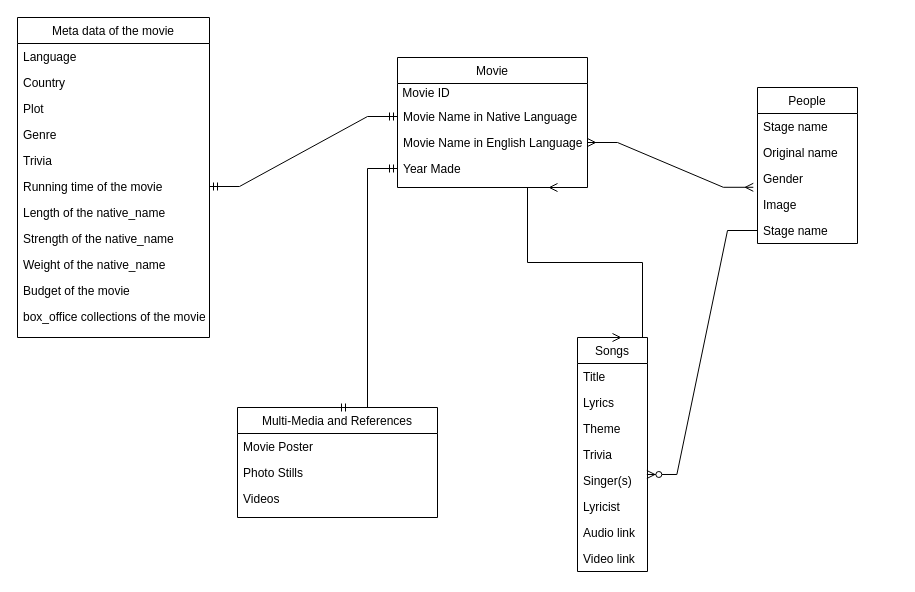
Above: E-R Diagram.drawio in SpiderMan-ParkerTalley/JDBC-Movie-Datebase-Project (draw.io), before the change. Source tidied: cells renumbered, new cells numbered last; positions are measured from the earlier drawing's top-left corner, leaving out a move shared by most shapes. Both pictures are drawn from the tidied source at 100%, with x=0, y=0 at pixel (17, 17).
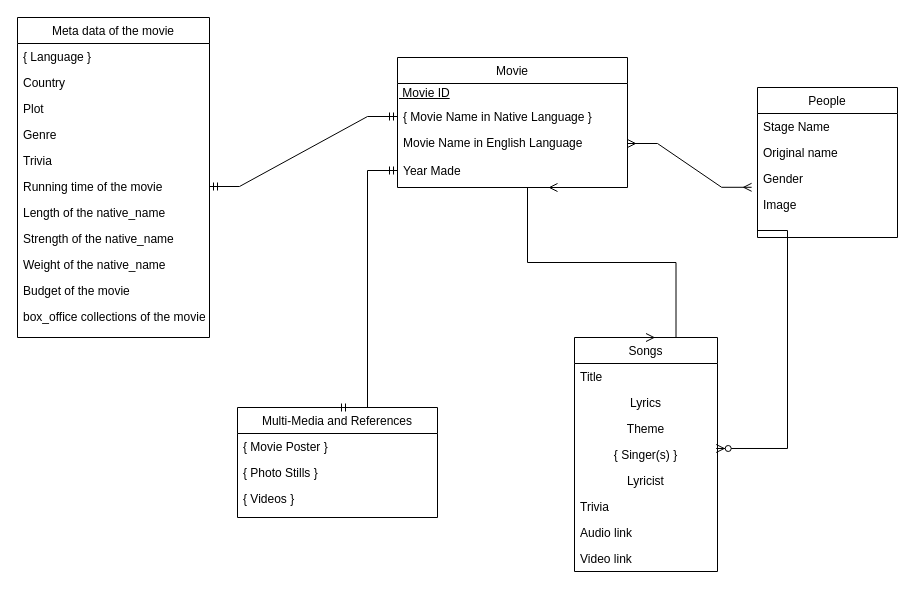
Above is the later version.

The change refers to these unchanged cells:
```xml
<mxCell id="7" value="Multi-Media and References" style="swimlane;fontStyle=0;align=center;verticalAlign=top;horizontal=1;startSize=26;rounded=0;shadow=0;strokeWidth=1;" parent="1" vertex="1">
  <mxGeometry x="220" y="390" width="200" height="110" as="geometry" />
</mxCell>
<mxCell id="17" value="Meta data of the movie" style="swimlane;fontStyle=0;align=center;verticalAlign=top;horizontal=1;startSize=26;rounded=0;shadow=0;strokeWidth=1;" parent="1" vertex="1">
  <mxGeometry width="192" height="320" as="geometry" />
</mxCell>
```

Diff of the diagram source:
```diff
@@
     <mxCell id="2" value="Movie" style="swimlane;fontStyle=0;align=center;verticalAlign=top;horizontal=1;startSize=26;rounded=0;shadow=0;strokeWidth=1;" parent="1" vertex="1">
-      <mxGeometry x="380" y="40" width="190" height="130" as="geometry" />
+      <mxGeometry x="380" y="40" width="230" height="130" as="geometry" />
     </mxCell>
-    <mxCell id="3" value="&amp;nbsp;Movie ID" style="text;html=1;align=left;verticalAlign=middle;strokeColor=none;fillColor=none;" parent="2" vertex="1">
-      <mxGeometry y="26" width="190" height="20" as="geometry" />
+    <mxCell id="3" value="&lt;u&gt;&amp;nbsp;Movie ID&lt;/u&gt;" style="text;html=1;align=left;verticalAlign=middle;strokeColor=none;fillColor=none;" parent="2" vertex="1">
+      <mxGeometry y="26" width="230" height="20" as="geometry" />
     </mxCell>
-    <mxCell id="4" value="Movie Name in Native Language" style="text;align=left;verticalAlign=top;spacingLeft=4;spacingRight=4;overflow=hidden;points=[[0,0.5],[1,0.5]];portConstraint=eastwest;" parent="2" vertex="1">
-      <mxGeometry y="46" width="190" height="26" as="geometry" />
+    <mxCell id="4" value="{ Movie Name in Native Language }" style="text;align=left;verticalAlign=top;spacingLeft=4;spacingRight=4;overflow=hidden;points=[[0,0.5],[1,0.5]];portConstraint=eastwest;" parent="2" vertex="1">
+      <mxGeometry y="46" width="230" height="26" as="geometry" />
     </mxCell>
     <mxCell id="5" value="Movie Name in English Language" style="text;align=left;verticalAlign=top;spacingLeft=4;spacingRight=4;overflow=hidden;points=[[0,0.5],[1,0.5]];portConstraint=eastwest;rounded=0;shadow=0;html=0;" parent="2" vertex="1">
-      <mxGeometry y="72" width="190" height="26" as="geometry" />
+      <mxGeometry y="72" width="230" height="28" as="geometry" />
     </mxCell>
     <mxCell id="6" value="Year Made" style="text;align=left;verticalAlign=top;spacingLeft=4;spacingRight=4;overflow=hidden;points=[[0,0.5],[1,0.5]];portConstraint=eastwest;rounded=0;shadow=0;html=0;" parent="2" vertex="1">
-      <mxGeometry y="98" width="190" height="26" as="geometry" />
+      <mxGeometry y="100" width="230" height="26" as="geometry" />
     </mxCell>
@@
-    <mxCell id="8" value="Movie Poster" style="text;align=left;verticalAlign=top;spacingLeft=4;spacingRight=4;overflow=hidden;" parent="7" vertex="1">
+    <mxCell id="8" value="{ Movie Poster }" style="text;align=left;verticalAlign=top;spacingLeft=4;spacingRight=4;overflow=hidden;" parent="7" vertex="1">
       <mxGeometry y="26" width="200" height="26" as="geometry" />
     </mxCell>
-    <mxCell id="9" value="Photo Stills" style="text;align=left;verticalAlign=top;spacingLeft=4;spacingRight=4;overflow=hidden;rounded=0;shadow=0;html=0;" parent="7" vertex="1">
+    <mxCell id="9" value="{ Photo Stills }" style="text;align=left;verticalAlign=top;spacingLeft=4;spacingRight=4;overflow=hidden;rounded=0;shadow=0;html=0;" parent="7" vertex="1">
       <mxGeometry y="52" width="200" height="26" as="geometry" />
     </mxCell>
-    <mxCell id="10" value="Videos" style="text;align=left;verticalAlign=top;spacingLeft=4;spacingRight=4;overflow=hidden;fontStyle=0;" parent="7" vertex="1">
+    <mxCell id="10" value="{ Videos }" style="text;align=left;verticalAlign=top;spacingLeft=4;spacingRight=4;overflow=hidden;fontStyle=0;" parent="7" vertex="1">
       <mxGeometry y="78" width="200" height="26" as="geometry" />
     </mxCell>
     <mxCell id="11" value="People" style="swimlane;fontStyle=0;align=center;verticalAlign=top;horizontal=1;startSize=26;rounded=0;shadow=0;strokeWidth=1;" parent="1" vertex="1">
-      <mxGeometry x="740" y="70" width="100" height="156" as="geometry" />
+      <mxGeometry x="740" y="70" width="140" height="150" as="geometry" />
     </mxCell>
-    <mxCell id="12" value="Stage name&#10;" style="text;align=left;verticalAlign=top;spacingLeft=4;spacingRight=4;overflow=hidden;" parent="11" vertex="1">
-      <mxGeometry y="26" width="100" height="26" as="geometry" />
+    <mxCell id="12" value="Stage Name" style="text;align=left;verticalAlign=top;spacingLeft=4;spacingRight=4;overflow=hidden;" parent="11" vertex="1">
+      <mxGeometry y="26" width="140" height="26" as="geometry" />
     </mxCell>
     <mxCell id="13" value="Original name" style="text;align=left;verticalAlign=top;spacingLeft=4;spacingRight=4;overflow=hidden;" parent="11" vertex="1">
-      <mxGeometry y="52" width="100" height="26" as="geometry" />
+      <mxGeometry y="52" width="140" height="26" as="geometry" />
     </mxCell>
-    <mxCell id="14" value="Gender" style="text;align=left;verticalAlign=top;spacingLeft=4;spacingRight=4;overflow=hidden;points=[[0,0.5],[1,0.5]];portConstraint=eastwest;" parent="11" vertex="1">
-      <mxGeometry y="78" width="100" height="26" as="geometry" />
+    <mxCell id="14" value=" Gender" style="text;align=left;verticalAlign=top;spacingLeft=4;spacingRight=4;overflow=hidden;points=[[0,0.5],[1,0.5]];portConstraint=eastwest;" parent="11" vertex="1">
+      <mxGeometry y="78" width="140" height="26" as="geometry" />
     </mxCell>
-    <mxCell id="15" value="Image" style="text;align=left;verticalAlign=top;spacingLeft=4;spacingRight=4;overflow=hidden;" parent="11" vertex="1">
-      <mxGeometry y="104" width="100" height="26" as="geometry" />
+    <mxCell id="15" value=" Image" style="text;align=left;verticalAlign=top;spacingLeft=4;spacingRight=4;overflow=hidden;" parent="11" vertex="1">
+      <mxGeometry y="104" width="140" height="26" as="geometry" />
     </mxCell>
-    <mxCell id="16" value="Stage name&#10;" style="text;align=left;verticalAlign=top;spacingLeft=4;spacingRight=4;overflow=hidden;points=[[0,0.5],[1,0.5]];portConstraint=eastwest;" parent="11" vertex="1">
-      <mxGeometry y="130" width="100" height="26" as="geometry" />
-    </mxCell>
@@
-    <mxCell id="18" value="Language  " style="text;align=left;verticalAlign=top;spacingLeft=4;spacingRight=4;overflow=hidden;" parent="17" vertex="1">
+    <mxCell id="18" value="{ Language  }" style="text;align=left;verticalAlign=top;spacingLeft=4;spacingRight=4;overflow=hidden;" parent="17" vertex="1">
       <mxGeometry y="26" width="192" height="26" as="geometry" />
     </mxCell>
@@
     <mxCell id="29" value="Songs" style="swimlane;fontStyle=0;align=center;verticalAlign=top;horizontal=1;startSize=26;rounded=0;shadow=0;strokeWidth=1;" parent="1" vertex="1">
-      <mxGeometry x="560" y="320" width="70" height="234" as="geometry" />
+      <mxGeometry x="557" y="320" width="143" height="234" as="geometry" />
     </mxCell>
     <mxCell id="30" value="Title" style="text;align=left;verticalAlign=top;spacingLeft=4;spacingRight=4;overflow=hidden;" parent="29" vertex="1">
-      <mxGeometry y="26" width="70" height="26" as="geometry" />
+      <mxGeometry y="26" width="143" height="26" as="geometry" />
     </mxCell>
-    <mxCell id="31" value="Lyrics" style="text;align=left;verticalAlign=top;spacingLeft=4;spacingRight=4;overflow=hidden;rounded=0;shadow=0;html=0;" parent="29" vertex="1">
-      <mxGeometry y="52" width="70" height="26" as="geometry" />
+    <mxCell id="31" value="Lyrics" style="text;align=center;verticalAlign=top;spacingLeft=4;spacingRight=4;overflow=hidden;rounded=0;shadow=0;html=0;" parent="29" vertex="1">
+      <mxGeometry y="52" width="143" height="26" as="geometry" />
     </mxCell>
-    <mxCell id="32" value="Theme" style="text;align=left;verticalAlign=top;spacingLeft=4;spacingRight=4;overflow=hidden;fontStyle=0;" parent="29" vertex="1">
-      <mxGeometry y="78" width="70" height="26" as="geometry" />
+    <mxCell id="32" value="Theme" style="text;align=center;verticalAlign=top;spacingLeft=4;spacingRight=4;overflow=hidden;fontStyle=0;" parent="29" vertex="1">
+      <mxGeometry y="78" width="143" height="26" as="geometry" />
     </mxCell>
-    <mxCell id="33" value="Trivia" style="text;align=left;verticalAlign=top;spacingLeft=4;spacingRight=4;overflow=hidden;" parent="29" vertex="1">
-      <mxGeometry y="104" width="70" height="26" as="geometry" />
-    </mxCell>
-    <mxCell id="34" value="Singer(s)" style="text;align=left;verticalAlign=top;spacingLeft=4;spacingRight=4;overflow=hidden;points=[[0,0.5],[1,0.5]];portConstraint=eastwest;" parent="29" vertex="1">
-      <mxGeometry y="130" width="70" height="26" as="geometry" />
+    <mxCell id="34" value="{ Singer(s) }" style="text;align=center;verticalAlign=top;spacingLeft=4;spacingRight=4;overflow=hidden;points=[[0,0.5],[1,0.5]];portConstraint=eastwest;" parent="29" vertex="1">
+      <mxGeometry y="104" width="143" height="26" as="geometry" />
     </mxCell>
-    <mxCell id="35" value="Lyricist" style="text;align=left;verticalAlign=top;spacingLeft=4;spacingRight=4;overflow=hidden;" parent="29" vertex="1">
-      <mxGeometry y="156" width="70" height="26" as="geometry" />
+    <mxCell id="35" value="Lyricist" style="text;align=center;verticalAlign=top;spacingLeft=4;spacingRight=4;overflow=hidden;" parent="29" vertex="1">
+      <mxGeometry y="130" width="143" height="26" as="geometry" />
     </mxCell>
+    <mxCell id="33" value="Trivia" style="text;align=left;verticalAlign=top;spacingLeft=4;spacingRight=4;overflow=hidden;" parent="29" vertex="1">
+      <mxGeometry y="156" width="143" height="26" as="geometry" />
+    </mxCell>
     <mxCell id="36" value="Audio link" style="text;align=left;verticalAlign=top;spacingLeft=4;spacingRight=4;overflow=hidden;" parent="29" vertex="1">
-      <mxGeometry y="182" width="70" height="26" as="geometry" />
+      <mxGeometry y="182" width="143" height="26" as="geometry" />
     </mxCell>
-    <mxCell id="37" value="Video link " style="text;align=left;verticalAlign=top;spacingLeft=4;spacingRight=4;overflow=hidden;" parent="29" vertex="1">
-      <mxGeometry y="208" width="70" height="26" as="geometry" />
+    <mxCell id="37" value="Video link " style="text;align=left;verticalAlign=top;spacingLeft=4;spacingRight=4;overflow=hidden;" parent="29" vertex="1">
+      <mxGeometry y="208" width="143" height="26" as="geometry" />
     </mxCell>
@@
-    <mxCell id="42" style="edgeStyle=entityRelationEdgeStyle;fontSize=12;html=1;endArrow=ERzeroToMany;endFill=1;rounded=0;exitX=0;exitY=0.5;exitDx=0;exitDy=0;entryX=0.991;entryY=0.269;entryDx=0;entryDy=0;entryPerimeter=0;" parent="1" edge="1" source="16" target="34">
-      <mxGeometry relative="1" as="geometry" />
+    <mxCell id="42" style="edgeStyle=entityRelationEdgeStyle;fontSize=12;html=1;endArrow=ERzeroToMany;endFill=1;rounded=0;exitX=0;exitY=0.5;exitDx=0;exitDy=0;entryX=0.991;entryY=0.269;entryDx=0;entryDy=0;entryPerimeter=0;" parent="1" edge="1" target="34">
+      <mxGeometry relative="1" as="geometry">
+        <mxPoint x="740" y="213" as="sourcePoint" />
+      </mxGeometry>
     </mxCell>
```
